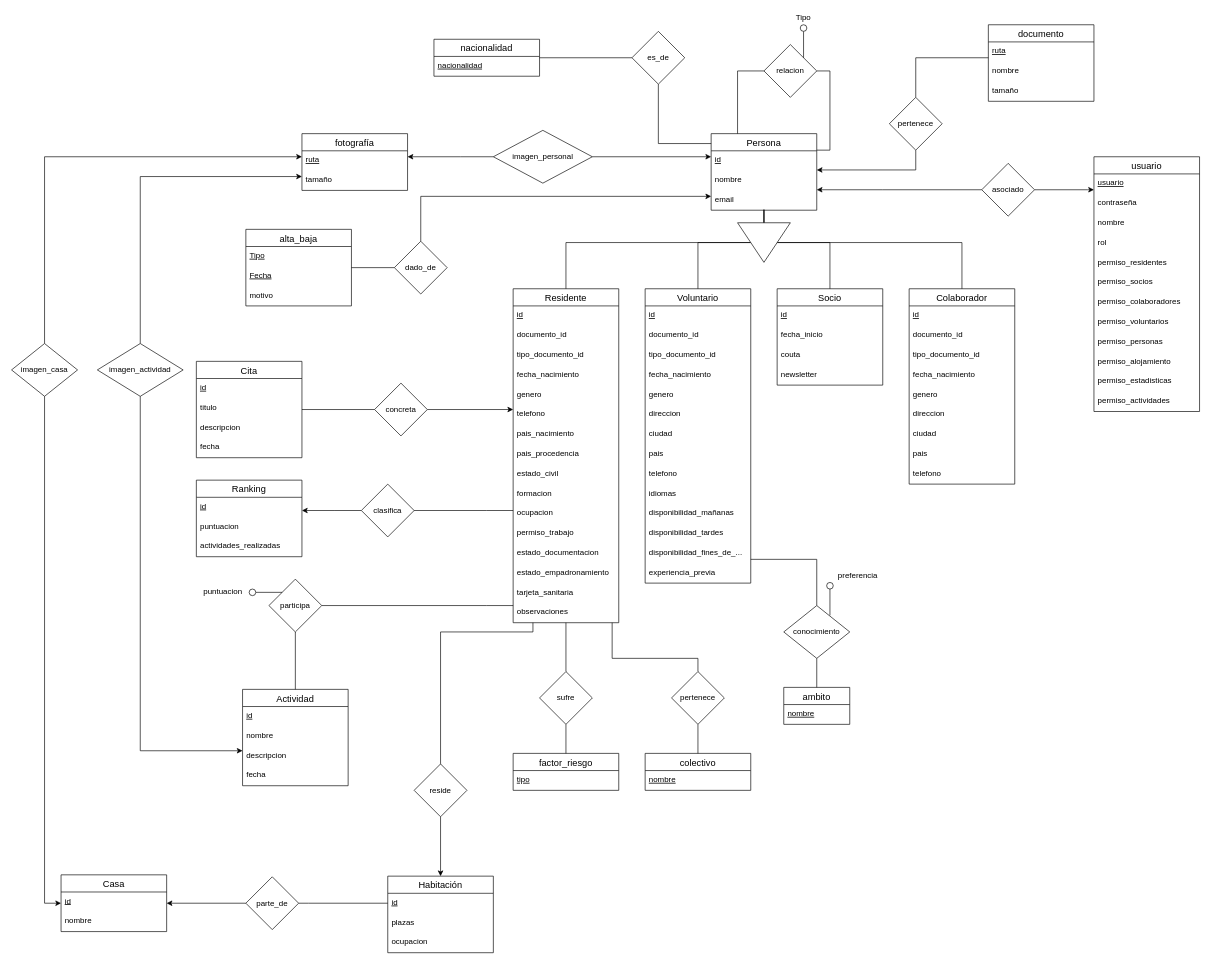
The draw.io diagram diseno/base_de_datos/ER.drawio in corderop/TFG, before the edit. Source tidied: cells renumbered, new cells numbered last; positions are measured from the earlier drawing's top-left corner, leaving out a move shared by most shapes. Both pictures are drawn from the tidied source at 66%, with x=0, y=0 at pixel (11, 11).
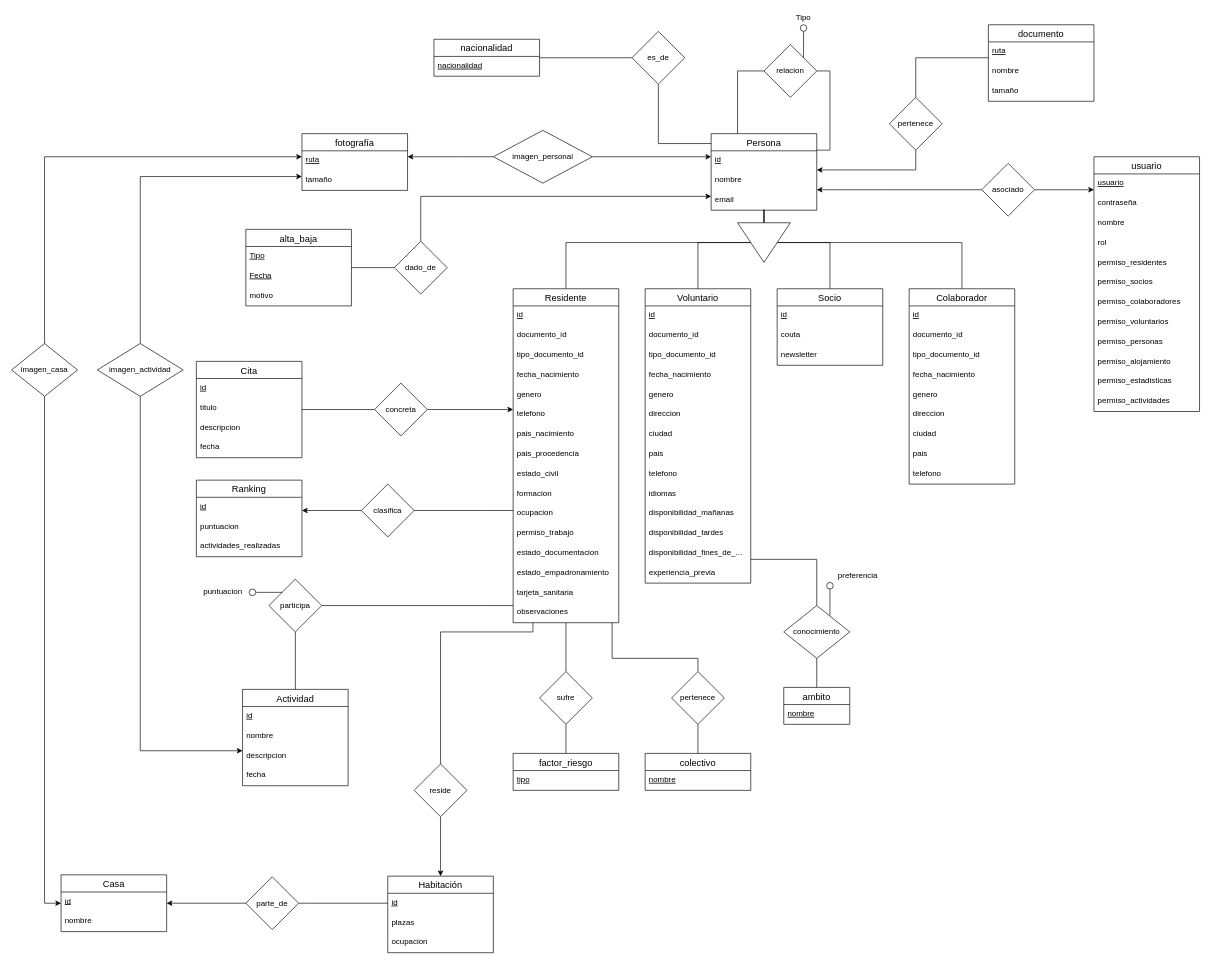
The same diagram, later.

Commit message:
diseno: 🐛 Elimina fecha_inicio de socio en E/R

The edit, as a diff of the source:
```diff
@@
     <mxCell id="22" value="Socio" style="swimlane;fontStyle=0;horizontal=1;startSize=26;align=center;fontSize=14;" parent="1" vertex="1">
-      <mxGeometry x="1160" y="420" width="160" height="146" as="geometry" />
+      <mxGeometry x="1160" y="420" width="160" height="116" as="geometry" />
     </mxCell>
@@
-    <mxCell id="24" value="fecha_inicio" style="text;strokeColor=none;fillColor=none;spacingLeft=4;spacingRight=4;overflow=hidden;fontSize=12;" parent="22" vertex="1">
-      <mxGeometry y="56" width="160" height="30" as="geometry" />
-    </mxCell>
     <mxCell id="25" value="couta" style="text;strokeColor=none;fillColor=none;spacingLeft=4;spacingRight=4;overflow=hidden;fontSize=12;" parent="22" vertex="1">
-      <mxGeometry y="86" width="160" height="30" as="geometry" />
+      <mxGeometry y="56" width="160" height="30" as="geometry" />
     </mxCell>
     <mxCell id="26" value="newsletter" style="text;strokeColor=none;fillColor=none;spacingLeft=4;spacingRight=4;overflow=hidden;fontSize=12;" parent="22" vertex="1">
-      <mxGeometry y="116" width="160" height="30" as="geometry" />
+      <mxGeometry y="86" width="160" height="30" as="geometry" />
     </mxCell>
```
